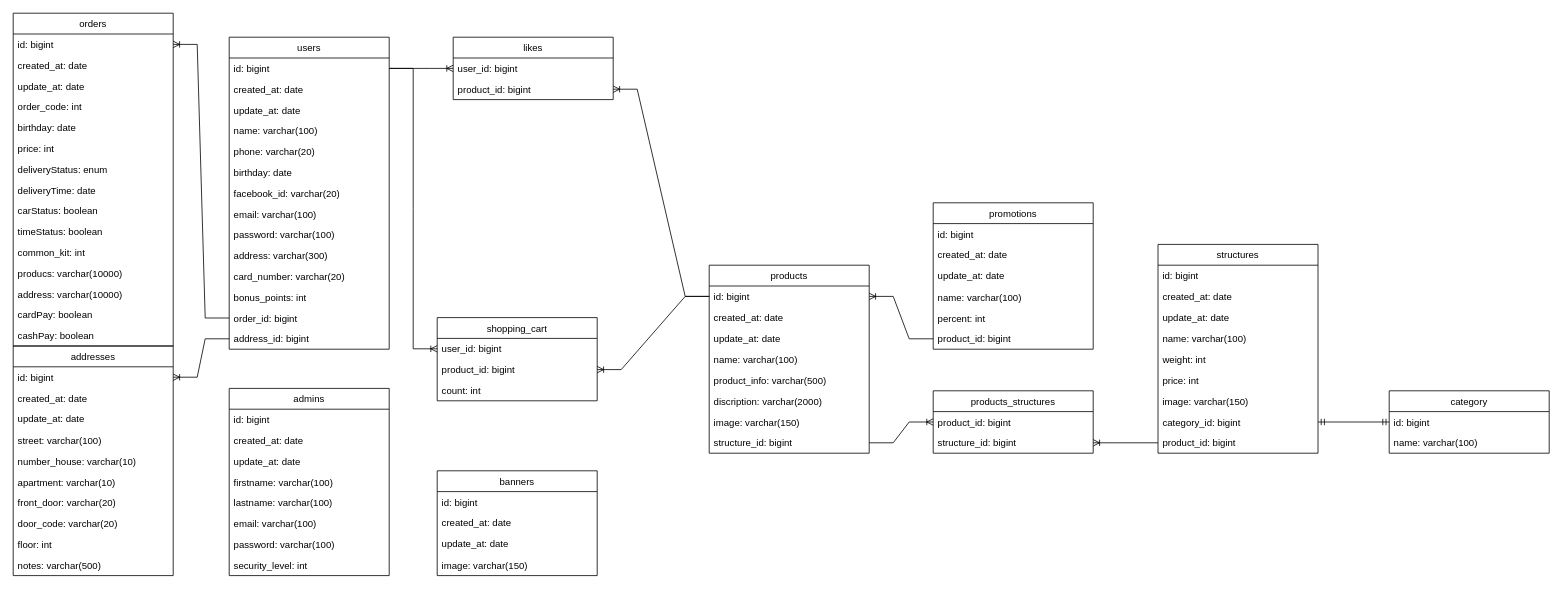
The draw.io diagram src/Vilki_Palki.drawio in NikitaFoshch/UML, before the edit. Source tidied: cells renumbered, new cells numbered last; positions are measured from the earlier drawing's top-left corner, leaving out a move shared by most shapes. Both pictures are drawn from the tidied source at 80%, with x=0, y=0 at pixel (13, 13).
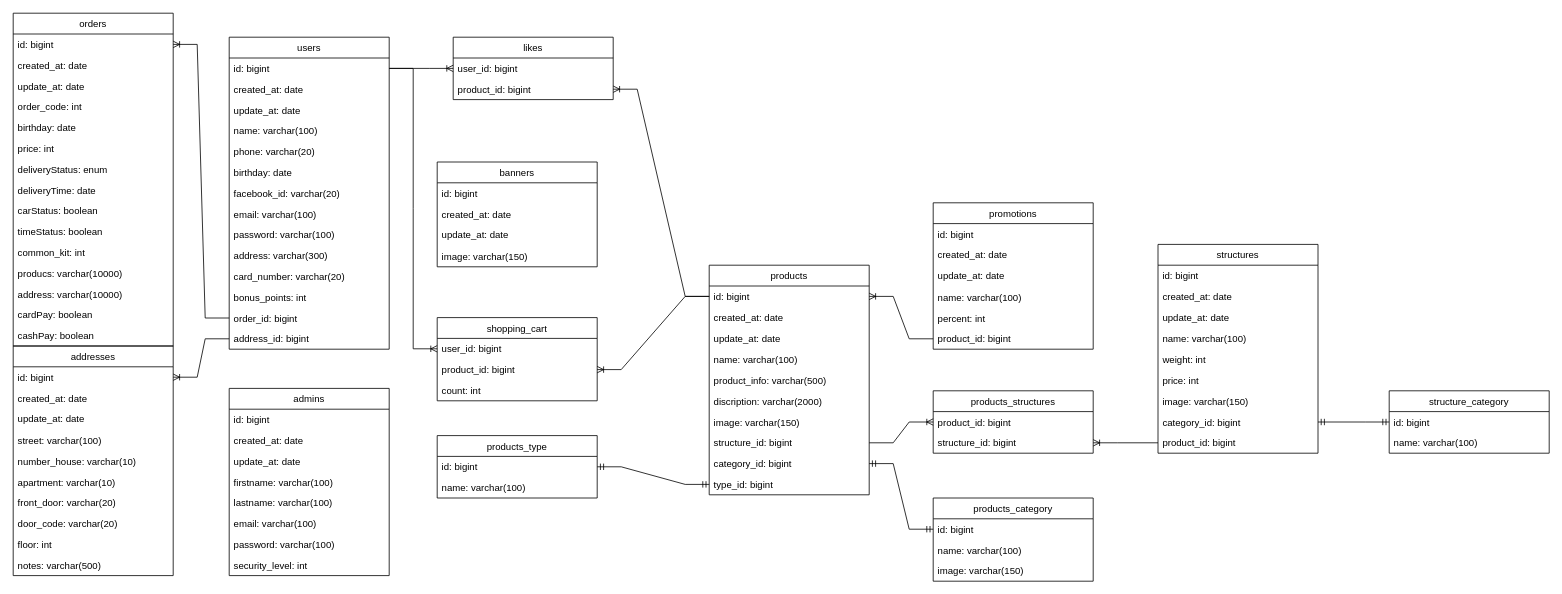
Above is the later version.

The edit, as a diff of the source:
```diff
@@
     <mxCell id="51" value="products" style="swimlane;fontStyle=0;horizontal=1;startSize=26;fillColor=none;" parent="1" vertex="1">
-      <mxGeometry x="870" y="315" width="200" height="235" as="geometry" />
+      <mxGeometry x="870" y="315" width="200" height="287" as="geometry" />
     </mxCell>
@@
+    <mxCell id="107" value="category_id: bigint" style="text;strokeColor=none;fillColor=none;align=left;verticalAlign=top;spacingLeft=4;spacingRight=4;overflow=hidden;points=[[0,0.5],[1,0.5]];portConstraint=eastwest;" parent="51" vertex="1">
+      <mxGeometry y="235" width="200" height="26" as="geometry" />
+    </mxCell>
+    <mxCell id="108" value="type_id: bigint" style="text;strokeColor=none;fillColor=none;align=left;verticalAlign=top;spacingLeft=4;spacingRight=4;overflow=hidden;points=[[0,0.5],[1,0.5]];portConstraint=eastwest;" parent="51" vertex="1">
+      <mxGeometry y="261" width="200" height="26" as="geometry" />
+    </mxCell>
@@
     <mxCell id="81" value="banners" style="swimlane;fontStyle=0;horizontal=1;startSize=26;fillColor=none;" parent="1" vertex="1">
-      <mxGeometry x="530" y="572" width="200" height="131" as="geometry" />
+      <mxGeometry x="530" y="186" width="200" height="131" as="geometry" />
     </mxCell>
@@
-    <mxCell id="86" value="category" style="swimlane;fontStyle=0;horizontal=1;startSize=26;fillColor=none;" parent="1" vertex="1">
+    <mxCell id="86" value="structure_category" style="swimlane;fontStyle=0;horizontal=1;startSize=26;fillColor=none;" parent="1" vertex="1">
       <mxGeometry x="1720" y="472" width="200" height="78" as="geometry" />
     </mxCell>
@@
+    <mxCell id="109" value="products_category" style="swimlane;fontStyle=0;horizontal=1;startSize=26;fillColor=none;" parent="1" vertex="1">
+      <mxGeometry x="1150" y="606" width="200" height="104" as="geometry" />
+    </mxCell>
+    <mxCell id="110" value="id: bigint" style="text;strokeColor=none;fillColor=none;align=left;verticalAlign=top;spacingLeft=4;spacingRight=4;overflow=hidden;points=[[0,0.5],[1,0.5]];portConstraint=eastwest;" parent="109" vertex="1">
+      <mxGeometry y="26" width="200" height="26" as="geometry" />
+    </mxCell>
+    <mxCell id="111" value="name: varchar(100)" style="text;strokeColor=none;fillColor=none;align=left;verticalAlign=top;spacingLeft=4;spacingRight=4;overflow=hidden;" parent="109" vertex="1">
+      <mxGeometry y="52" width="200" height="26" as="geometry" />
+    </mxCell>
+    <mxCell id="112" value="image: varchar(150)" style="text;strokeColor=none;fillColor=none;align=left;verticalAlign=top;spacingLeft=4;spacingRight=4;overflow=hidden;" parent="109" vertex="1">
+      <mxGeometry y="78" width="200" height="26" as="geometry" />
+    </mxCell>
+    <mxCell id="113" style="edgeStyle=entityRelationEdgeStyle;fontSize=12;html=1;endArrow=ERmandOne;startArrow=ERmandOne;rounded=0;exitX=1;exitY=0.5;exitDx=0;exitDy=0;entryX=0;entryY=0.5;entryDx=0;entryDy=0;" parent="1" edge="1" source="107" target="110">
+      <mxGeometry relative="1" as="geometry" />
+    </mxCell>
+    <mxCell id="114" value="products_type" style="swimlane;fontStyle=0;horizontal=1;startSize=26;fillColor=none;" parent="1" vertex="1">
+      <mxGeometry x="530" y="528" width="200" height="78" as="geometry" />
+    </mxCell>
+    <mxCell id="115" value="id: bigint" style="text;strokeColor=none;fillColor=none;align=left;verticalAlign=top;spacingLeft=4;spacingRight=4;overflow=hidden;points=[[0,0.5],[1,0.5]];portConstraint=eastwest;" parent="114" vertex="1">
+      <mxGeometry y="26" width="200" height="26" as="geometry" />
+    </mxCell>
+    <mxCell id="116" value="name: varchar(100)" style="text;strokeColor=none;fillColor=none;align=left;verticalAlign=top;spacingLeft=4;spacingRight=4;overflow=hidden;" parent="114" vertex="1">
+      <mxGeometry y="52" width="200" height="26" as="geometry" />
+    </mxCell>
+    <mxCell id="117" style="edgeStyle=entityRelationEdgeStyle;fontSize=12;html=1;endArrow=ERmandOne;startArrow=ERmandOne;rounded=0;exitX=0;exitY=0.5;exitDx=0;exitDy=0;entryX=1;entryY=0.5;entryDx=0;entryDy=0;" parent="1" edge="1" source="108" target="115">
+      <mxGeometry relative="1" as="geometry" />
+    </mxCell>
```
